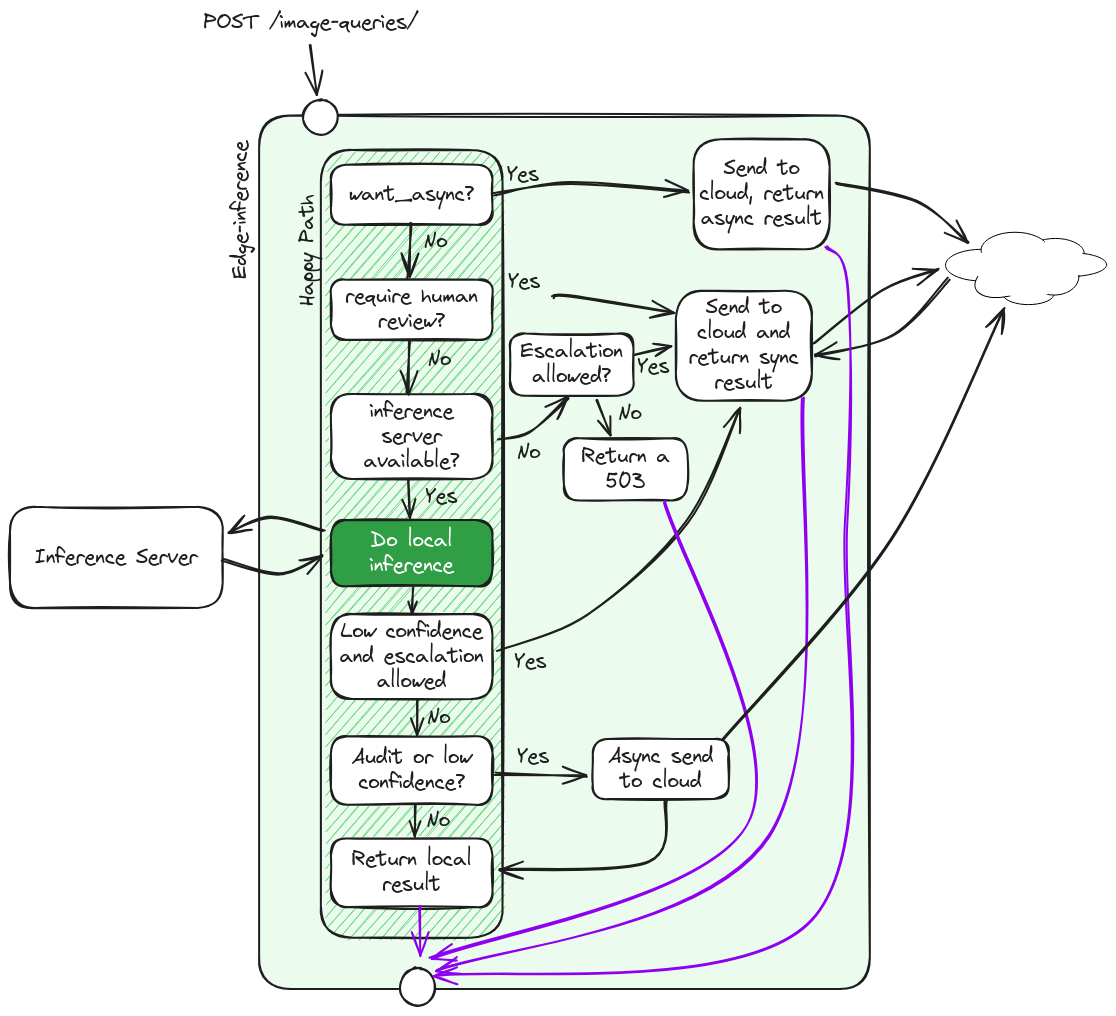
groundlight/edge-endpoint keeps this Excalidraw diagram as images/edge-endpoint-inference-flow.excalidraw.png. Above is the earlier version. Source tidied: one line per element, renumbered; positions are measured from the earlier drawing's top-left corner, leaving out a move shared by most shapes.
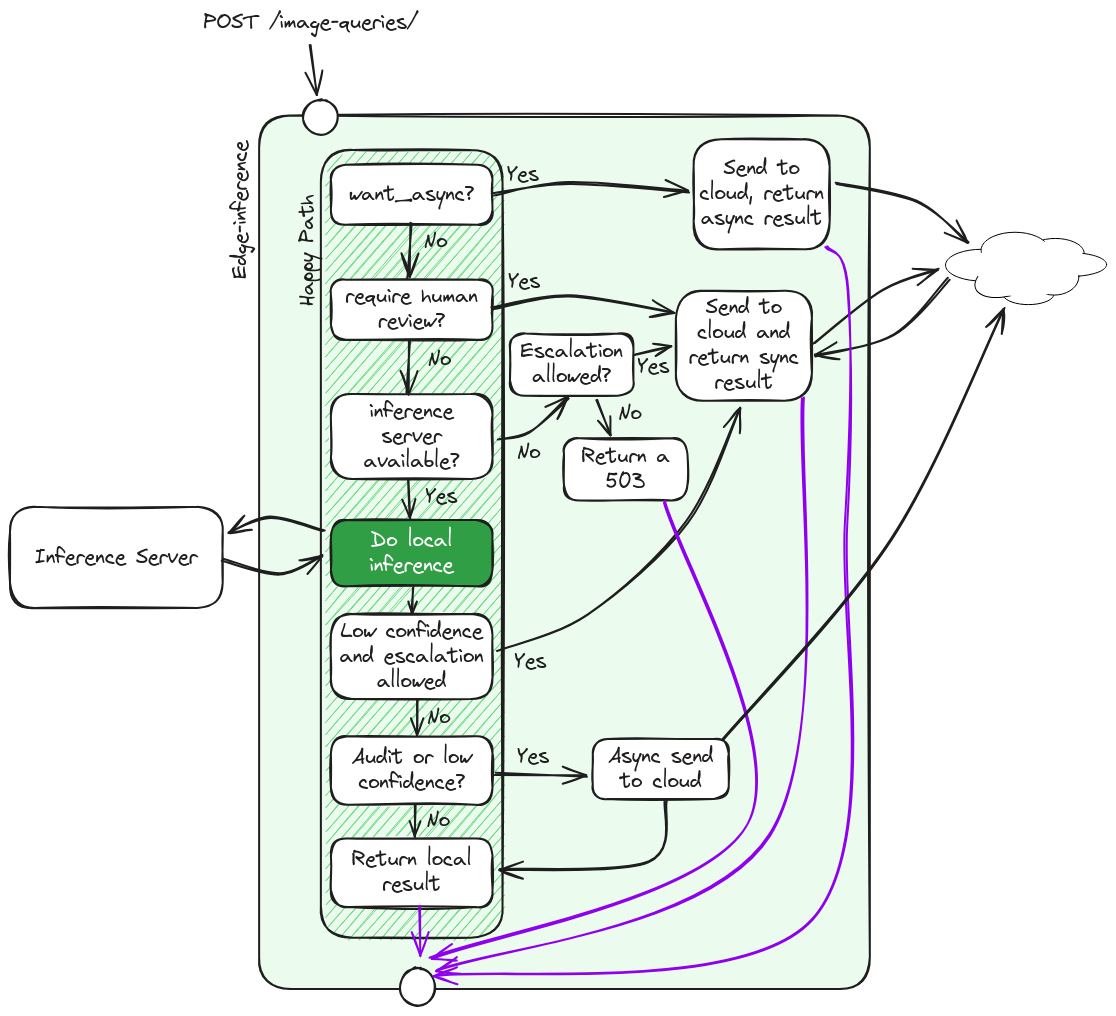
The same diagram one commit later.

Change to the diagram source:
```diff
@@ -54,7 +54,7 @@
 {"id": 53, "type": "arrow", "strokeColor": "#1e1e1e", "strokeWidth": 2, "roughness": 1, "endArrowhead": "arrow", "round": true, "from": 47, "to": 13, "x": 825, "y": 174, "width": 134, "height": 59, "points": [[0, 0], [82, 17], [134, 59]]}
 {"id": 54, "type": "arrow", "strokeColor": "#1e1e1e", "strokeWidth": 2, "roughness": 1, "endArrowhead": "arrow", "round": true, "from": 49, "to": 3, "x": 804, "y": 333, "width": 126, "height": 74, "points": [[0, 0], [69, -52], [126, -74]]}
 {"id": 55, "type": "arrow", "strokeColor": "#1e1e1e", "strokeWidth": 2, "roughness": 1, "endArrowhead": "arrow", "round": true, "from": 3, "to": 49, "x": 938, "y": 269, "width": 134, "height": 77, "points": [[0, 0], [-55, 56], [-134, 77]]}
-{"id": 56, "type": "arrow", "strokeColor": "#1e1e1e", "strokeWidth": 2, "roughness": 1, "endArrowhead": "arrow", "round": true, "from": 36, "to": 49, "x": 543, "y": 287, "width": 120, "height": 17, "points": [[0, 0], [17, -1], [120, 15]]}
+{"id": 56, "type": "arrow", "strokeColor": "#1e1e1e", "strokeWidth": 2, "roughness": 1, "endArrowhead": "arrow", "round": true, "from": 20, "to": 49, "x": 483, "y": 298, "width": 180, "height": 17, "points": [[0, 0], [78, -12], [180, 4]]}
 {"id": 57, "type": "arrow", "strokeColor": "#1e1e1e", "strokeWidth": 2, "roughness": 1, "endArrowhead": "arrow", "round": true, "from": 30, "to": 49, "x": 488, "y": 640, "width": 242, "height": 241, "points": [[0, 0], [91, -35], [189, -128], [242, -241]]}
 {"id": 58, "type": "arrow", "strokeColor": "#1e1e1e", "strokeWidth": 2, "roughness": 1, "endArrowhead": "arrow", "round": true, "from": 22, "to": 65, "x": 488, "y": 428, "width": 70, "height": 40, "points": [[0, 0], [33, -7], [70, -40]]}
 {"id": 59, "type": "arrow", "strokeColor": "#1e1e1e", "backgroundColor": "#fff", "fillStyle": "solid", "strokeWidth": 2, "roughness": 1, "endArrowhead": "arrow", "round": true, "to": 20, "x": 401, "y": 213, "width": 3, "height": 54, "points": [[0, 0], [-3, 54]]}
```
